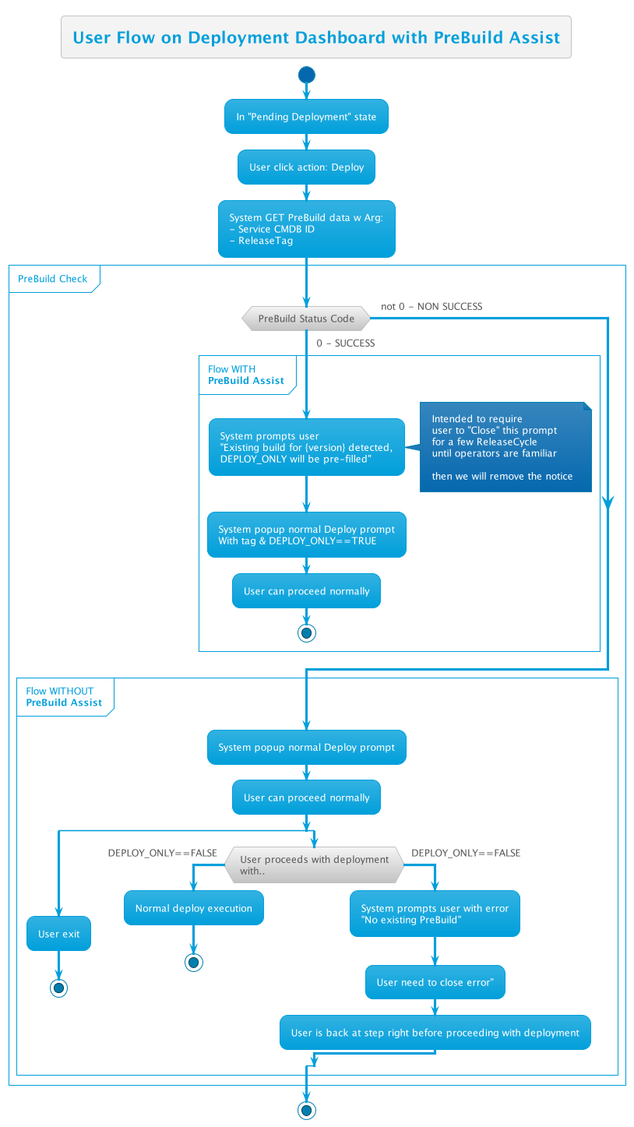
Above: out/PreBuildFlow/PreBuildAssistUserFlow/PreBuildAssistUserFlow.png in thetomitomo/diagrams (PlantUML), before the change.
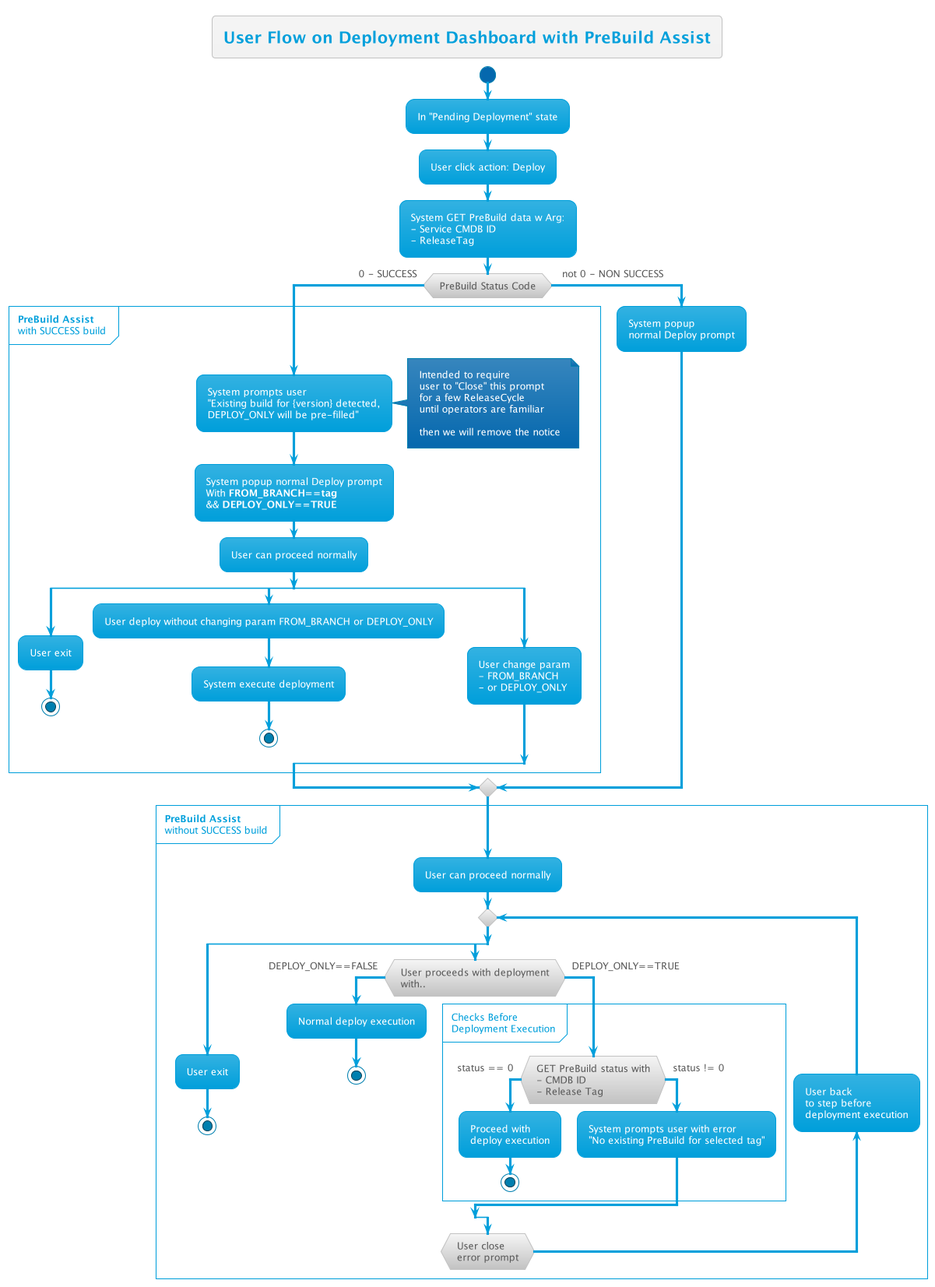
The same diagram one commit later.

Change to the diagram source:
```diff
@@ -10,29 +10,40 @@
 :User click action: Deploy;
 :System GET PreBuild data w Arg:\n- Service CMDB ID\n- ReleaseTag;
 
-group PreBuild Check
-    if (PreBuild Status Code) then (0 - SUCCESS)
 
-        group Flow WITH\n**PreBuild Assist**
-            :System prompts user\n"Existing build for {version} detected,\nDEPLOY_ONLY will be pre-filled";
-            note right
-                Intended to require
-                user to "Close" this prompt
-                for a few ReleaseCycle
-                until operators are familiar
+if (PreBuild Status Code) then (0 - SUCCESS)
 
-                then we will remove the notice
-            end note
-            :System popup normal Deploy prompt\nWith tag & DEPLOY_ONLY==TRUE;
-            :User can proceed normally;
+    group **PreBuild Assist**\nwith SUCCESS build
+        :System prompts user\n"Existing build for {version} detected,\nDEPLOY_ONLY will be pre-filled";
+        note right
+            Intended to require
+            user to "Close" this prompt
+            for a few ReleaseCycle
+            until operators are familiar
+
+            then we will remove the notice
+        end note
+        :System popup normal Deploy prompt\nWith **FROM_BRANCH==tag**\n&& **DEPLOY_ONLY==TRUE**;
+        :User can proceed normally;
+        split
+            :User exit;
             stop
-        end group
-    else ( not 0 - NON SUCCESS)
-    endif
+        split again
+            :User deploy without changing param FROM_BRANCH or DEPLOY_ONLY;
+            :System execute deployment;
+            stop
+        split again
+            :User change param\n- FROM_BRANCH\n- or DEPLOY_ONLY;
+        end split
+    end group
+else ( not 0 - NON SUCCESS)
+    :System popup\nnormal Deploy prompt;
+endif
 
-    group Flow WITHOUT\n**PreBuild Assist**
-        :System popup normal Deploy prompt;
-        :User can proceed normally;
+group **PreBuild Assist**\nwithout SUCCESS build
+
+    :User can proceed normally;
+    repeat
         split
             :User exit;
             stop
@@ -40,15 +51,21 @@
             if (User proceeds with deployment\nwith..) then (DEPLOY_ONLY==FALSE)
                 :Normal deploy execution;
                 stop
-            else (DEPLOY_ONLY==FALSE)
-                :System prompts user with error\n"No existing PreBuild";
-                :User need to close error";
-                :User is back at step right before proceeding with deployment;
+            else (DEPLOY_ONLY==TRUE)
+                group Checks Before\nDeployment Execution
+                    if (GET PreBuild status with\n- CMDB ID\n- Release Tag) then (status == 0)
+                        :Proceed with\ndeploy execution;
+                        stop
+                    else (status != 0)
+                        :System prompts user with error\n"No existing PreBuild for selected tag";
+                    endif
+                end group
             endif
         end split
-    end group
+    backward :User back\nto step before\ndeployment execution;
+    repeat while (User close\nerror prompt)
 end group
 
-stop
+kill
 
 @enduml
```
